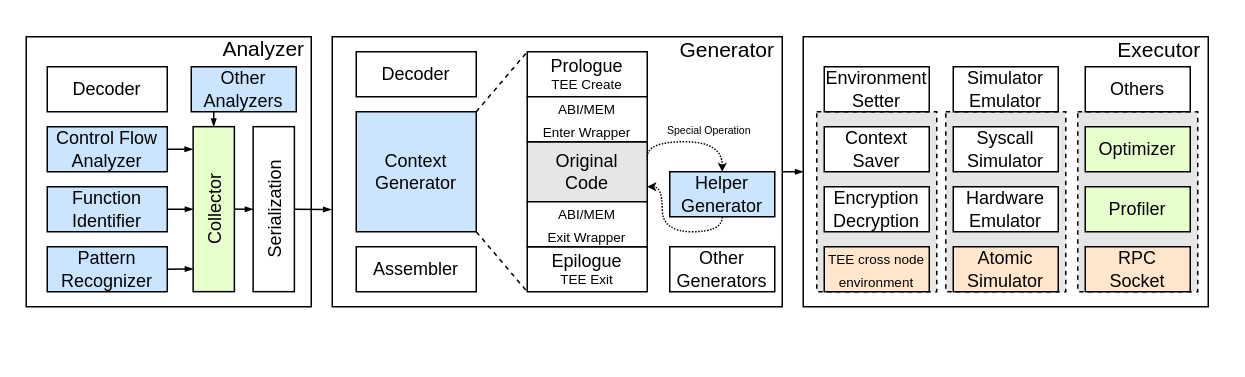
specialpointcentral/research-proposal keeps this draw.io diagram as drawio/architecture.drawio. Above is the earlier version. Source tidied: cells renumbered, new cells numbered last; positions are measured from the earlier drawing's top-left corner, leaving out a move shared by most shapes. Both pictures are drawn from the tidied source at 150%, with x=0, y=0 at pixel (26, 26).
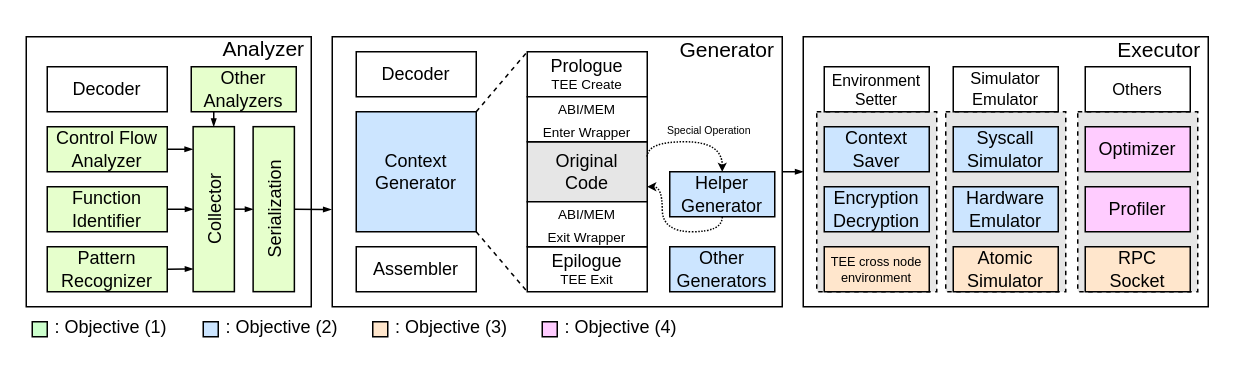
Above is the later version.

Commit message (it also covers changes not shown here):
diagram: Modify the diagram and object

The edit, as a diff of the source:
```diff
@@
-    <mxCell id="8" value="Control Flow Analyzer" style="rounded=0;whiteSpace=wrap;html=1;fillColor=#CCE5FF;" parent="1" vertex="1">
+    <mxCell id="8" value="Control Flow Analyzer" style="rounded=0;whiteSpace=wrap;html=1;fillColor=#E6FFCC;" parent="1" vertex="1">
       <mxGeometry x="14" y="67" width="80" height="30" as="geometry" />
     </mxCell>
-    <mxCell id="9" value="Pattern Recognizer" style="rounded=0;whiteSpace=wrap;html=1;fillColor=#CCE5FF;" parent="1" vertex="1">
+    <mxCell id="9" value="Pattern Recognizer" style="rounded=0;whiteSpace=wrap;html=1;fillColor=#E6FFCC;" parent="1" vertex="1">
       <mxGeometry x="14" y="147" width="80" height="30" as="geometry" />
     </mxCell>
-    <mxCell id="10" value="Function Identifier" style="rounded=0;whiteSpace=wrap;html=1;fillColor=#CCE5FF;" parent="1" vertex="1">
+    <mxCell id="10" value="Function Identifier" style="rounded=0;whiteSpace=wrap;html=1;fillColor=#E6FFCC;" parent="1" vertex="1">
       <mxGeometry x="14" y="107" width="80" height="30" as="geometry" />
     </mxCell>
-    <mxCell id="11" value="&lt;font style=&quot;font-size: 14px;&quot;&gt;Analyzer&lt;/font&gt;" style="text;html=1;align=center;verticalAlign=middle;fillColor=none;strokeColor=none;rounded=0;" parent="1" vertex="1">
+    <mxCell id="11" value="&lt;font style=&quot;&quot;&gt;&lt;span style=&quot;font-size: 14px;&quot;&gt;Analyzer&lt;/span&gt;&lt;/font&gt;" style="text;html=1;align=center;verticalAlign=middle;fillColor=none;strokeColor=none;rounded=0;" parent="1" vertex="1">
       <mxGeometry x="118" width="80" height="30" as="geometry" />
     </mxCell>
@@
-    <mxCell id="16" value="&lt;font style=&quot;font-size: 14px;&quot;&gt;Generator&lt;/font&gt;" style="text;html=1;align=center;verticalAlign=middle;fillColor=none;strokeColor=none;rounded=0;" parent="1" vertex="1">
+    <mxCell id="16" value="&lt;font style=&quot;&quot;&gt;&lt;span style=&quot;font-size: 14px;&quot;&gt;Generator&lt;/span&gt;&lt;/font&gt;" style="text;html=1;align=center;verticalAlign=middle;fillColor=none;strokeColor=none;rounded=0;" parent="1" vertex="1">
       <mxGeometry x="422" y="1" width="90" height="30" as="geometry" />
     </mxCell>
@@
-    <mxCell id="25" value="Other&lt;br&gt;Generators" style="rounded=0;whiteSpace=wrap;html=1;" parent="1" vertex="1">
+    <mxCell id="25" value="Other&lt;br&gt;Generators" style="rounded=0;whiteSpace=wrap;html=1;fillColor=#CCE5FF;" parent="1" vertex="1">
       <mxGeometry x="429" y="147" width="70" height="30" as="geometry" />
     </mxCell>
@@
-    <mxCell id="27" value="Syscall&lt;br&gt;Simulator" style="rounded=0;whiteSpace=wrap;html=1;" parent="1" vertex="1">
+    <mxCell id="27" value="Syscall&lt;br&gt;Simulator" style="rounded=0;whiteSpace=wrap;html=1;fillColor=#CCE5FF;" parent="1" vertex="1">
       <mxGeometry x="618" y="67" width="70" height="30" as="geometry" />
     </mxCell>
-    <mxCell id="28" value="Context&lt;br&gt;Saver" style="rounded=0;whiteSpace=wrap;html=1;" parent="1" vertex="1">
+    <mxCell id="28" value="Context&lt;br&gt;Saver" style="rounded=0;whiteSpace=wrap;html=1;fillColor=#CCE5FF;" parent="1" vertex="1">
       <mxGeometry x="532" y="67" width="70" height="30" as="geometry" />
     </mxCell>
-    <mxCell id="29" value="Encryption&lt;br&gt;Decryption" style="rounded=0;whiteSpace=wrap;html=1;" parent="1" vertex="1">
+    <mxCell id="29" value="Encryption&lt;br&gt;Decryption" style="rounded=0;whiteSpace=wrap;html=1;fillColor=#CCE5FF;" parent="1" vertex="1">
       <mxGeometry x="532" y="107" width="70" height="30" as="geometry" />
     </mxCell>
-    <mxCell id="30" value="Profiler" style="rounded=0;whiteSpace=wrap;html=1;fillColor=#E6FFCC;" parent="1" vertex="1">
+    <mxCell id="30" value="Profiler" style="rounded=0;whiteSpace=wrap;html=1;fillColor=#FFCCFF;" parent="1" vertex="1">
       <mxGeometry x="706" y="107" width="70" height="30" as="geometry" />
     </mxCell>
-    <mxCell id="31" value="Optimizer" style="rounded=0;whiteSpace=wrap;html=1;fillColor=#E6FFCC;" parent="1" vertex="1">
+    <mxCell id="31" value="Optimizer" style="rounded=0;whiteSpace=wrap;html=1;fillColor=#FFCCFF;" parent="1" vertex="1">
       <mxGeometry x="706" y="67" width="70" height="30" as="geometry" />
     </mxCell>
-    <mxCell id="32" value="&lt;font style=&quot;font-size: 9px;&quot;&gt;TEE cross node environment&lt;/font&gt;" style="rounded=0;whiteSpace=wrap;html=1;fillColor=#FFE6CC;" parent="1" vertex="1">
+    <mxCell id="32" value="&lt;font style=&quot;font-size: 8.5px;&quot;&gt;TEE cross node environment&lt;/font&gt;" style="rounded=0;whiteSpace=wrap;html=1;fillColor=#FFE6CC;fontSize=8.5;" parent="1" vertex="1">
       <mxGeometry x="532" y="147" width="70" height="30" as="geometry" />
     </mxCell>
-    <mxCell id="33" value="Hardware&lt;br&gt;Emulator" style="rounded=0;whiteSpace=wrap;html=1;" parent="1" vertex="1">
+    <mxCell id="33" value="Hardware&lt;br&gt;Emulator" style="rounded=0;whiteSpace=wrap;html=1;fillColor=#CCE5FF;" parent="1" vertex="1">
       <mxGeometry x="618" y="107" width="70" height="30" as="geometry" />
     </mxCell>
@@
-    <mxCell id="39" value="&lt;p style=&quot;line-height: 1;&quot;&gt;Serialization&lt;/p&gt;" style="rounded=0;whiteSpace=wrap;html=1;direction=north;rotation=-90;" parent="1" vertex="1">
+    <mxCell id="39" value="&lt;p style=&quot;line-height: 1;&quot;&gt;Serialization&lt;/p&gt;" style="rounded=0;whiteSpace=wrap;html=1;direction=north;rotation=-90;fillColor=#E6FFCC;" parent="1" vertex="1">
       <mxGeometry x="110" y="108.2" width="110" height="27.5" as="geometry" />
     </mxCell>
@@
-    <mxCell id="45" value="Other Analyzers" style="rounded=0;whiteSpace=wrap;html=1;fillColor=#CCE5FF;" parent="1" vertex="1">
+    <mxCell id="45" value="Other Analyzers" style="rounded=0;whiteSpace=wrap;html=1;fillColor=#E6FFCC;" parent="1" vertex="1">
       <mxGeometry x="110" y="27" width="70" height="30" as="geometry" />
     </mxCell>
@@
-    <mxCell id="47" value="Environment&lt;br&gt;Setter" style="rounded=0;whiteSpace=wrap;html=1;" parent="1" vertex="1">
+    <mxCell id="47" value="Environment&lt;br style=&quot;font-size: 10.5px;&quot;&gt;Setter" style="rounded=0;whiteSpace=wrap;html=1;fontSize=10.5;" parent="1" vertex="1">
       <mxGeometry x="532" y="27" width="70" height="30" as="geometry" />
     </mxCell>
@@
-    <mxCell id="49" value="Simulator&lt;br&gt;Emulator" style="rounded=0;whiteSpace=wrap;html=1;" parent="1" vertex="1">
+    <mxCell id="49" value="Simulator&lt;br style=&quot;font-size: 11px;&quot;&gt;Emulator" style="rounded=0;whiteSpace=wrap;html=1;fontSize=11;" parent="1" vertex="1">
       <mxGeometry x="618" y="27" width="70" height="30" as="geometry" />
     </mxCell>
-    <mxCell id="50" value="Others" style="rounded=0;whiteSpace=wrap;html=1;" parent="1" vertex="1">
+    <mxCell id="50" value="Others" style="rounded=0;whiteSpace=wrap;html=1;fontSize=11;" parent="1" vertex="1">
       <mxGeometry x="706" y="27" width="70" height="30" as="geometry" />
     </mxCell>
@@
+    <mxCell id="52" style="group;" parent="1" vertex="1">
+      <mxGeometry x="4" y="187" width="110" height="30" as="geometry" />
+    </mxCell>
+    <mxCell id="53" style="rounded=0;whiteSpace=wrap;html=1;labelBackgroundColor=none;fontSize=8;fillColor=#CCFFCC;fillStyle=auto;" parent="52" vertex="1">
+      <mxGeometry y="10" width="10" height="10" as="geometry" />
+    </mxCell>
+    <mxCell id="54" value="&lt;span style=&quot;color: rgb(0, 0, 0); font-family: Helvetica; font-size: 12px; font-style: normal; font-variant-ligatures: normal; font-variant-caps: normal; font-weight: 400; letter-spacing: normal; orphans: 2; text-align: center; text-indent: 0px; text-transform: none; widows: 2; word-spacing: 0px; -webkit-text-stroke-width: 0px; text-decoration-thickness: initial; text-decoration-style: initial; text-decoration-color: initial; float: none; display: inline !important;&quot;&gt;&amp;nbsp;: Objective (1)&lt;/span&gt;" style="text;whiteSpace=wrap;html=1;fontSize=12;" parent="52" vertex="1">
+      <mxGeometry x="10" width="100" height="30" as="geometry" />
+    </mxCell>
+    <mxCell id="55" style="group;" parent="1" vertex="1">
+      <mxGeometry x="344" y="187" width="110" height="30" as="geometry" />
+    </mxCell>
+    <mxCell id="56" value="&lt;span style=&quot;color: rgb(0, 0, 0); font-family: Helvetica; font-size: 12px; font-style: normal; font-variant-ligatures: normal; font-variant-caps: normal; font-weight: 400; letter-spacing: normal; orphans: 2; text-align: center; text-indent: 0px; text-transform: none; widows: 2; word-spacing: 0px; -webkit-text-stroke-width: 0px; text-decoration-thickness: initial; text-decoration-style: initial; text-decoration-color: initial; float: none; display: inline !important;&quot;&gt;&amp;nbsp;: Objective (4)&lt;/span&gt;" style="text;whiteSpace=wrap;html=1;fontSize=12;" parent="55" vertex="1">
+      <mxGeometry x="10" width="100" height="30" as="geometry" />
+    </mxCell>
+    <mxCell id="57" style="rounded=0;whiteSpace=wrap;html=1;labelBackgroundColor=none;fontSize=8;fillColor=#FFCCFF;" parent="55" vertex="1">
+      <mxGeometry y="10" width="10" height="10" as="geometry" />
+    </mxCell>
+    <mxCell id="58" style="group;" parent="1" vertex="1">
+      <mxGeometry x="231" y="187" width="110" height="30" as="geometry" />
+    </mxCell>
+    <mxCell id="59" style="rounded=0;whiteSpace=wrap;html=1;labelBackgroundColor=none;fontSize=8;fillColor=#FFE6CC;" parent="58" vertex="1">
+      <mxGeometry y="10" width="10" height="10" as="geometry" />
+    </mxCell>
+    <mxCell id="60" value="&lt;span style=&quot;color: rgb(0, 0, 0); font-family: Helvetica; font-size: 12px; font-style: normal; font-variant-ligatures: normal; font-variant-caps: normal; font-weight: 400; letter-spacing: normal; orphans: 2; text-align: center; text-indent: 0px; text-transform: none; widows: 2; word-spacing: 0px; -webkit-text-stroke-width: 0px; text-decoration-thickness: initial; text-decoration-style: initial; text-decoration-color: initial; float: none; display: inline !important;&quot;&gt;&amp;nbsp;: Objective (3)&lt;/span&gt;" style="text;whiteSpace=wrap;html=1;fontSize=12;" parent="58" vertex="1">
+      <mxGeometry x="10" width="100" height="30" as="geometry" />
+    </mxCell>
+    <mxCell id="61" style="group;" parent="1" vertex="1">
+      <mxGeometry x="118" y="187" width="110" height="30" as="geometry" />
+    </mxCell>
+    <mxCell id="62" value="&lt;span style=&quot;color: rgb(0, 0, 0); font-family: Helvetica; font-size: 12px; font-style: normal; font-variant-ligatures: normal; font-variant-caps: normal; font-weight: 400; letter-spacing: normal; orphans: 2; text-align: center; text-indent: 0px; text-transform: none; widows: 2; word-spacing: 0px; -webkit-text-stroke-width: 0px; text-decoration-thickness: initial; text-decoration-style: initial; text-decoration-color: initial; float: none; display: inline !important;&quot;&gt;&amp;nbsp;: Objective (2)&lt;/span&gt;" style="text;whiteSpace=wrap;html=1;fontSize=12;" parent="61" vertex="1">
+      <mxGeometry x="10" width="100" height="30" as="geometry" />
+    </mxCell>
+    <mxCell id="63" style="rounded=0;whiteSpace=wrap;html=1;labelBackgroundColor=none;fontSize=8;fillColor=#CCE5FF;" parent="61" vertex="1">
+      <mxGeometry y="10" width="10" height="10" as="geometry" />
+    </mxCell>
```
